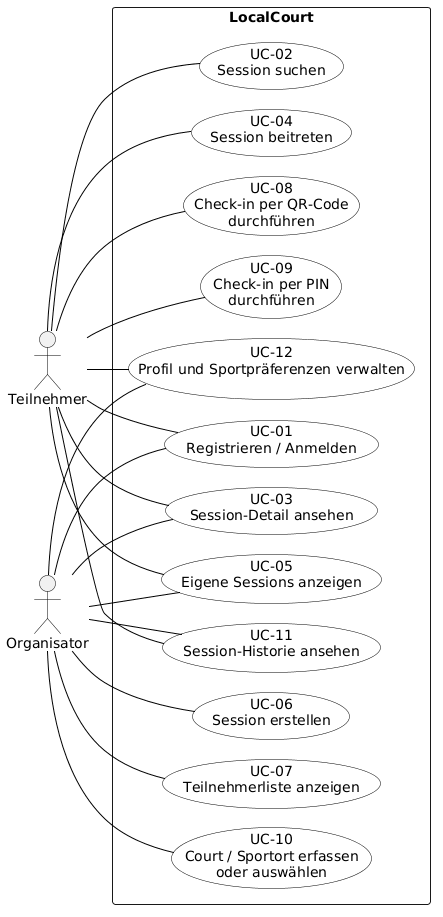
Before: docs/spec/diagrams-png/F2-use-cases.png, a diagram exported from PlantUML (Finn5k/Wirtschaftsinformatik-Projekt-I).
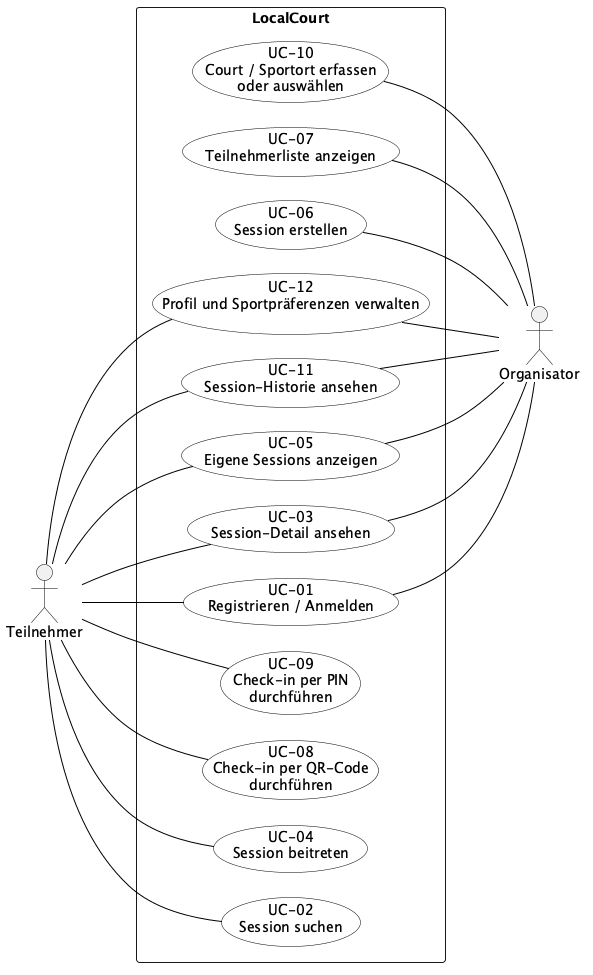
Above is the later version.

Commit message:
docs(spec): reduce crossings in F2 use-case overview diagram

Diff of the diagram source:
```diff
@@ -1,4 +1,4 @@
-@startuml
+@startuml F2-use-cases
 left to right direction
 skinparam backgroundColor White
 skinparam usecase {
@@ -9,27 +9,27 @@
 skinparam actor {
   BorderColor Black
 }
-skinparam nodesep 20
-skinparam ranksep 40
+skinparam nodesep 25
+skinparam ranksep 70
 
 actor "Teilnehmer" as Teilnehmer
 actor "Organisator" as Organisator
 
 rectangle "LocalCourt" {
+  usecase "UC-02\nSession suchen" as UC02
+  usecase "UC-04\nSession beitreten" as UC04
+  usecase "UC-08\nCheck-in per QR-Code\ndurchführen" as UC08
+  usecase "UC-09\nCheck-in per PIN\ndurchführen" as UC09
+
+  usecase "UC-01\nRegistrieren / Anmelden" as UC01
+  usecase "UC-03\nSession-Detail ansehen" as UC03
+  usecase "UC-05\nEigene Sessions anzeigen" as UC05
+  usecase "UC-11\nSession-Historie ansehen" as UC11
+  usecase "UC-12\nProfil und Sportpräferenzen verwalten" as UC12
+
+  usecase "UC-06\nSession erstellen" as UC06
+  usecase "UC-07\nTeilnehmerliste anzeigen" as UC07
   usecase "UC-10\nCourt / Sportort erfassen\noder auswählen" as UC10
-  usecase "UC-07\nTeilnehmerliste anzeigen" as UC07
-  usecase "UC-06\nSession erstellen" as UC06
-
-  usecase "UC-12\nProfil und Sportpräferenzen verwalten" as UC12
-  usecase "UC-11\nSession-Historie ansehen" as UC11
-  usecase "UC-05\nEigene Sessions anzeigen" as UC05
-  usecase "UC-03\nSession-Detail ansehen" as UC03
-  usecase "UC-01\nRegistrieren / Anmelden" as UC01
-
-  usecase "UC-09\nCheck-in per PIN\ndurchführen" as UC09
-  usecase "UC-08\nCheck-in per QR-Code\ndurchführen" as UC08
-  usecase "UC-04\nSession beitreten" as UC04
-  usecase "UC-02\nSession suchen" as UC02
 }
 
 Teilnehmer -- UC02
@@ -42,12 +42,13 @@
 Teilnehmer -- UC11
 Teilnehmer -- UC12
 
-Organisator -- UC01
-Organisator -- UC03
-Organisator -- UC05
-Organisator -- UC11
-Organisator -- UC12
-Organisator -- UC06
-Organisator -- UC07
-Organisator -- UC10
+UC01 -- Organisator
+UC03 -- Organisator
+UC05 -- Organisator
+UC11 -- Organisator
+UC12 -- Organisator
+UC06 -- Organisator
+UC07 -- Organisator
+UC10 -- Organisator
+
 @enduml
```
